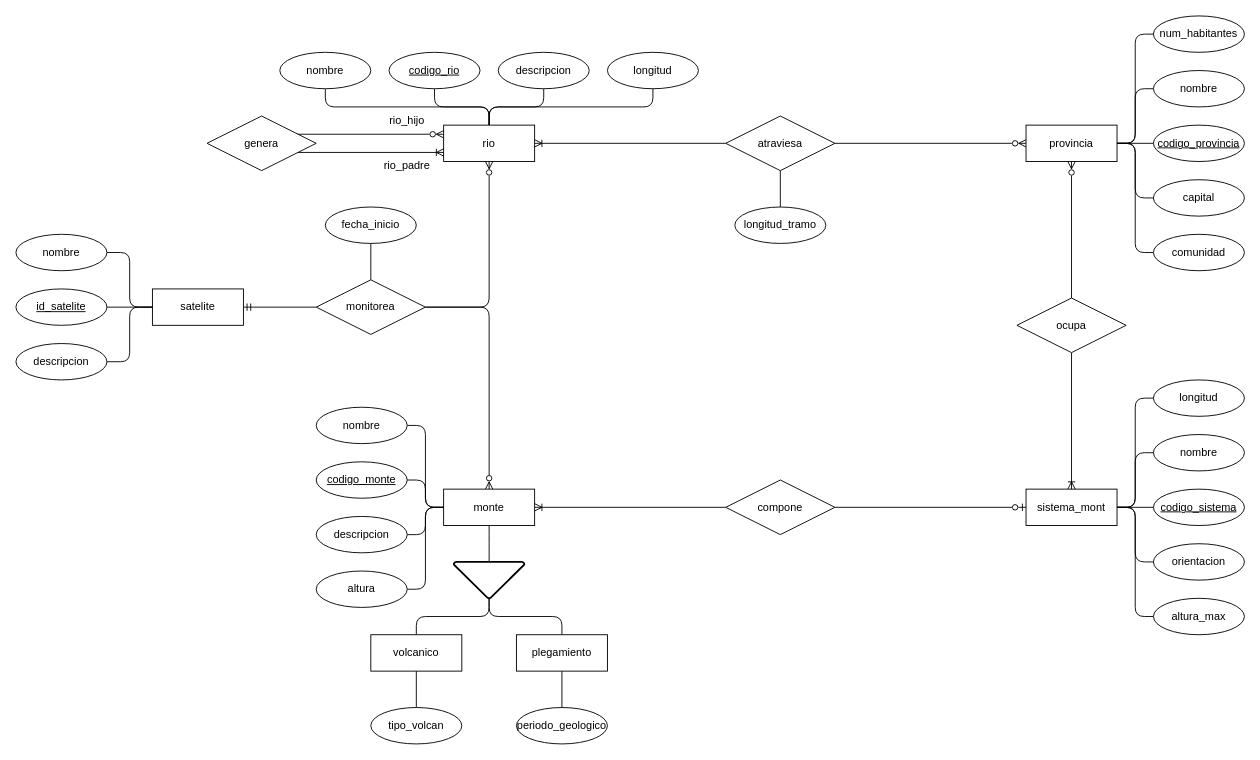
xmr-p/DatabaseCharts keeps this draw.io diagram as Activity-2.9.drawio. Above is the earlier version. Source tidied: cells renumbered, new cells numbered last; positions are measured from the earlier drawing's top-left corner, leaving out a move shared by most shapes. Both pictures are drawn from the tidied source at 91%, with x=0, y=0 at pixel (15, 15).
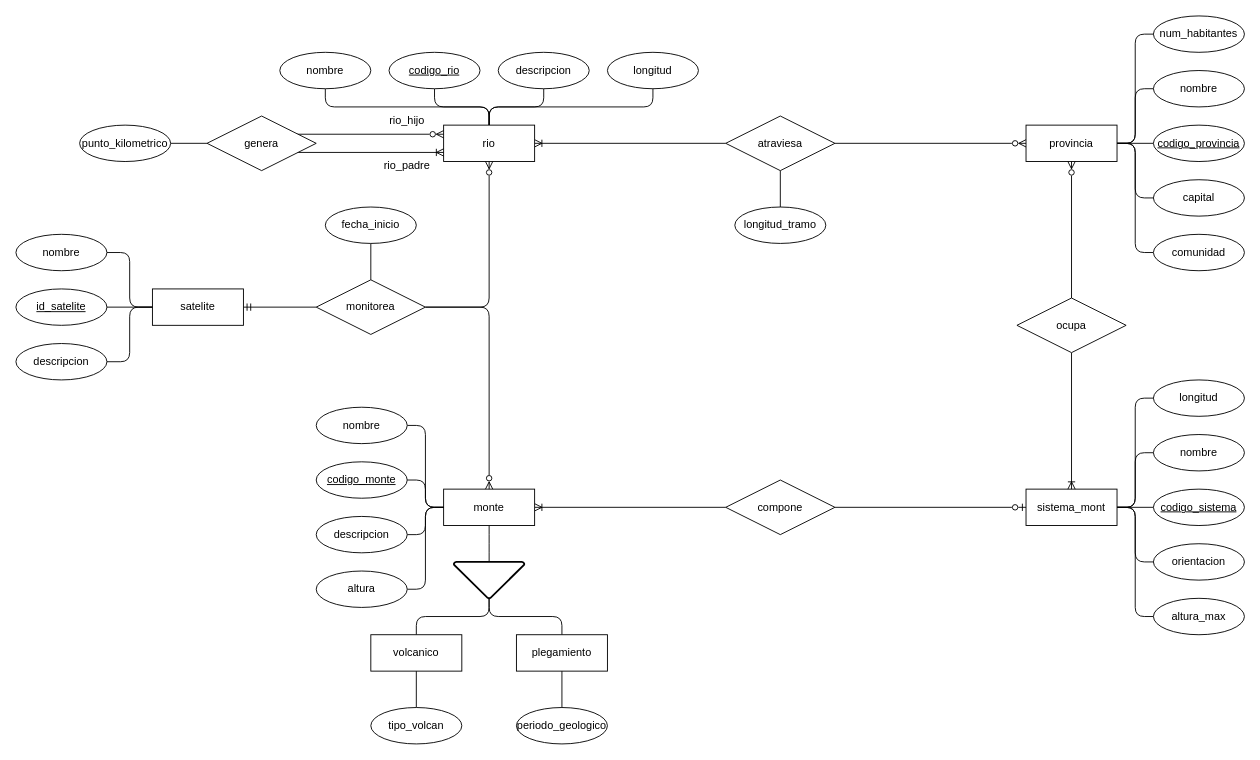
After the change.

The change refers to these unchanged cells:
```xml
<mxCell id="78" value="genera" style="shape=rhombus;perimeter=rhombusPerimeter;whiteSpace=wrap;html=1;align=center;" parent="1" vertex="1">
  <mxGeometry x="210" y="110" width="120" height="60" as="geometry" />
</mxCell>
```

What changed in the source:
```diff
@@
+    <mxCell id="81" style="edgeStyle=orthogonalEdgeStyle;rounded=1;jettySize=auto;html=1;exitX=1;exitY=0.5;exitDx=0;exitDy=0;entryX=0;entryY=0.5;entryDx=0;entryDy=0;curved=0;endArrow=none;endFill=0;" parent="1" edge="1" source="82" target="78">
+      <mxGeometry relative="1" as="geometry" />
+    </mxCell>
+    <mxCell id="82" value="punto_kilometrico" style="ellipse;whiteSpace=wrap;html=1;align=center;" parent="1" vertex="1">
+      <mxGeometry x="70" y="120" width="100" height="40" as="geometry" />
+    </mxCell>
```
